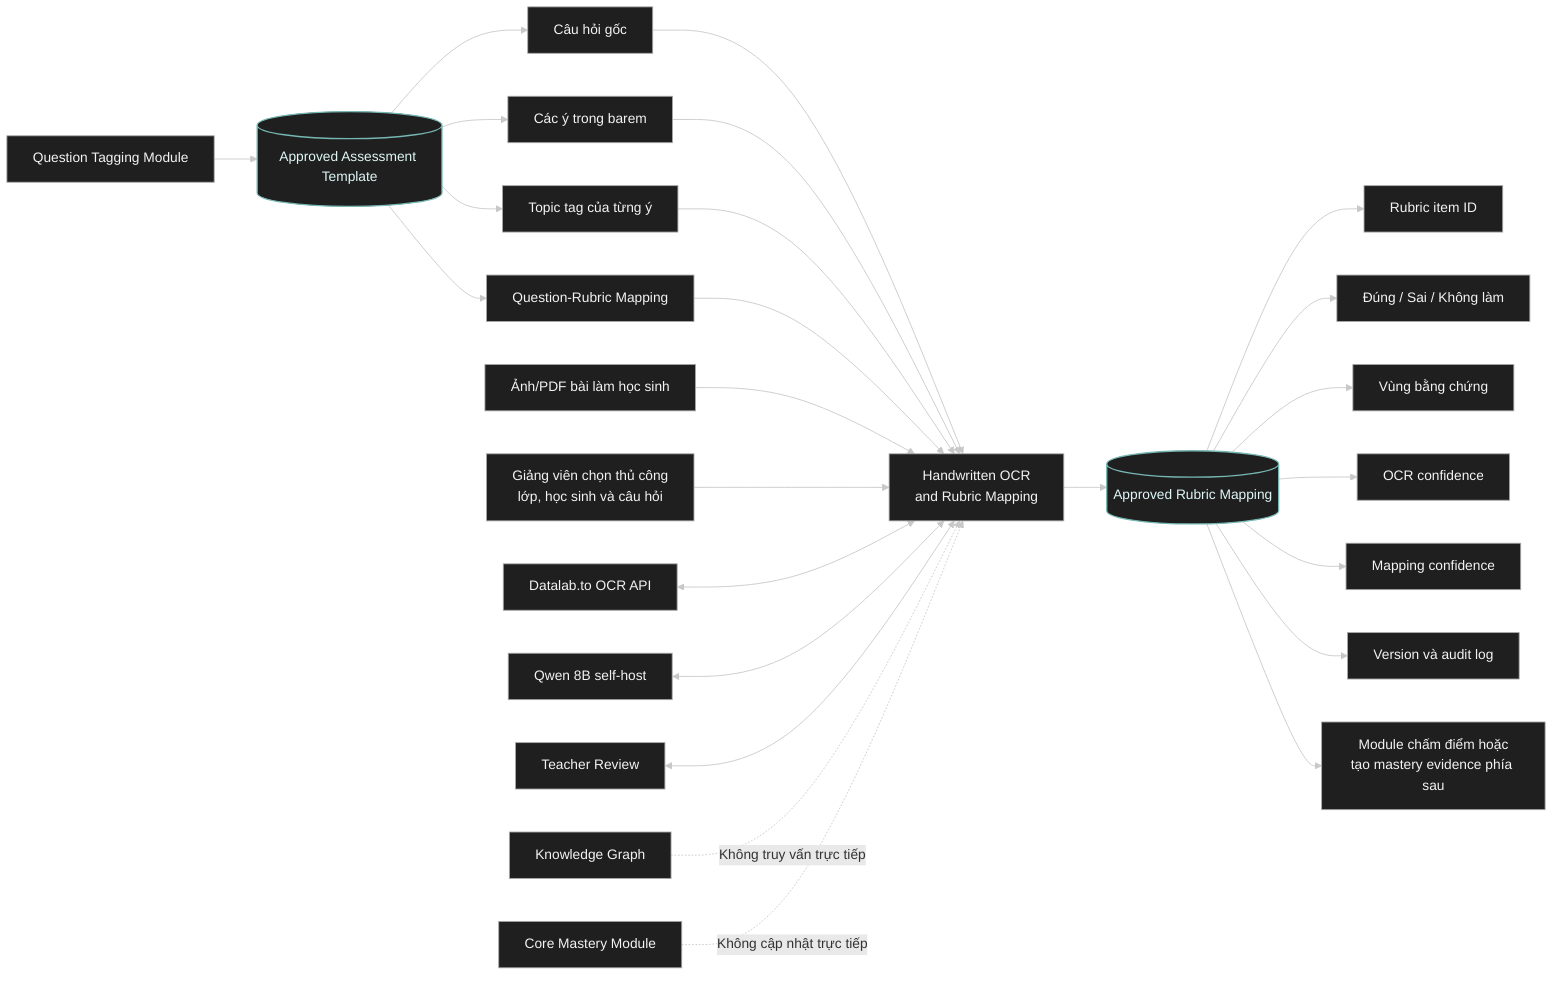
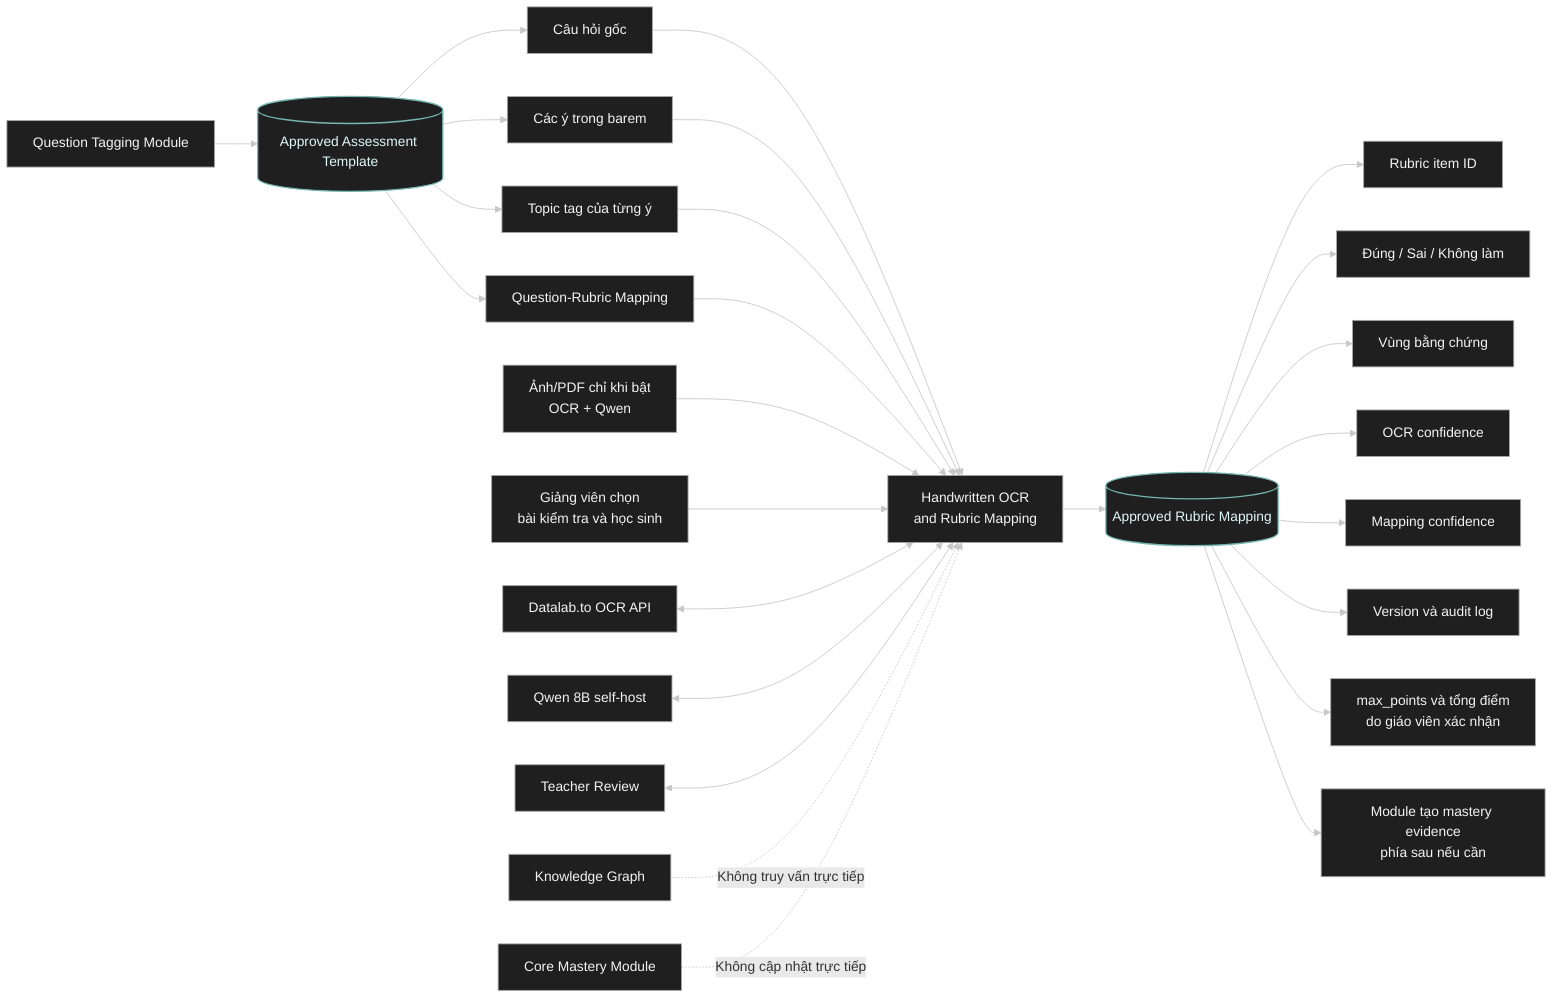
%%{init: {"theme": "base", "themeVariables": {"background": "#1f1f1f", "primaryColor": "#1f1f1f", "primaryTextColor": "#f3f3f3", "primaryBorderColor": "#a8a8a8", "secondaryColor": "#1f1f1f", "tertiaryColor": "#1f1f1f", "lineColor": "#c8c8c8", "edgeLabelBackground": "#1f1f1f", "fontFamily": "Georgia, 'Times New Roman', serif"}}}%%
flowchart LR
    A[Question Tagging Module] --> B[(Approved Assessment Template)]

    B --> B1[Câu hỏi gốc]
    B --> B2[Các ý trong barem]
    B --> B3[Topic tag của từng ý]
    B --> B4[Question-Rubric Mapping]

    B1 --> C[Handwritten OCR<br/>and Rubric Mapping]
    B2 --> C
    B3 --> C
    B4 --> C

-     D[Ảnh/PDF bài làm học sinh] --> C
-     E[Giảng viên chọn thủ công<br/>lớp, học sinh và câu hỏi] --> C
+     D[Ảnh/PDF chỉ khi bật<br/>OCR + Qwen] --> C
+     E[Giảng viên chọn<br/>bài kiểm tra và học sinh] --> C
    F[Datalab.to OCR API] <--> C
    G[Qwen 8B self-host] <--> C
    H[Teacher Review] <--> C

    C --> I[(Approved Rubric Mapping)]
    I --> I1[Rubric item ID]
    I --> I2[Đúng / Sai / Không làm]
    I --> I3[Vùng bằng chứng]
    I --> I4[OCR confidence]
    I --> I5[Mapping confidence]
    I --> I6[Version và audit log]
+     I --> I7[max_points và tổng điểm<br/>do giáo viên xác nhận]

-     I --> J[Module chấm điểm hoặc<br/>tạo mastery evidence phía sau]
+     I --> J[Module tạo mastery evidence<br/>phía sau nếu cần]

    K[Knowledge Graph] -. Không truy vấn trực tiếp .-> C
    L[Core Mastery Module] -. Không cập nhật trực tiếp .-> C

    classDef default fill:#1f1f1f,stroke:#a8a8a8,color:#f3f3f3,stroke-width:1px
    classDef store fill:#1f1f1f,stroke:#76b7b2,color:#dff7f5,stroke-width:1.5px
    class B,I store
    linkStyle default stroke:#c8c8c8,stroke-width:1px
